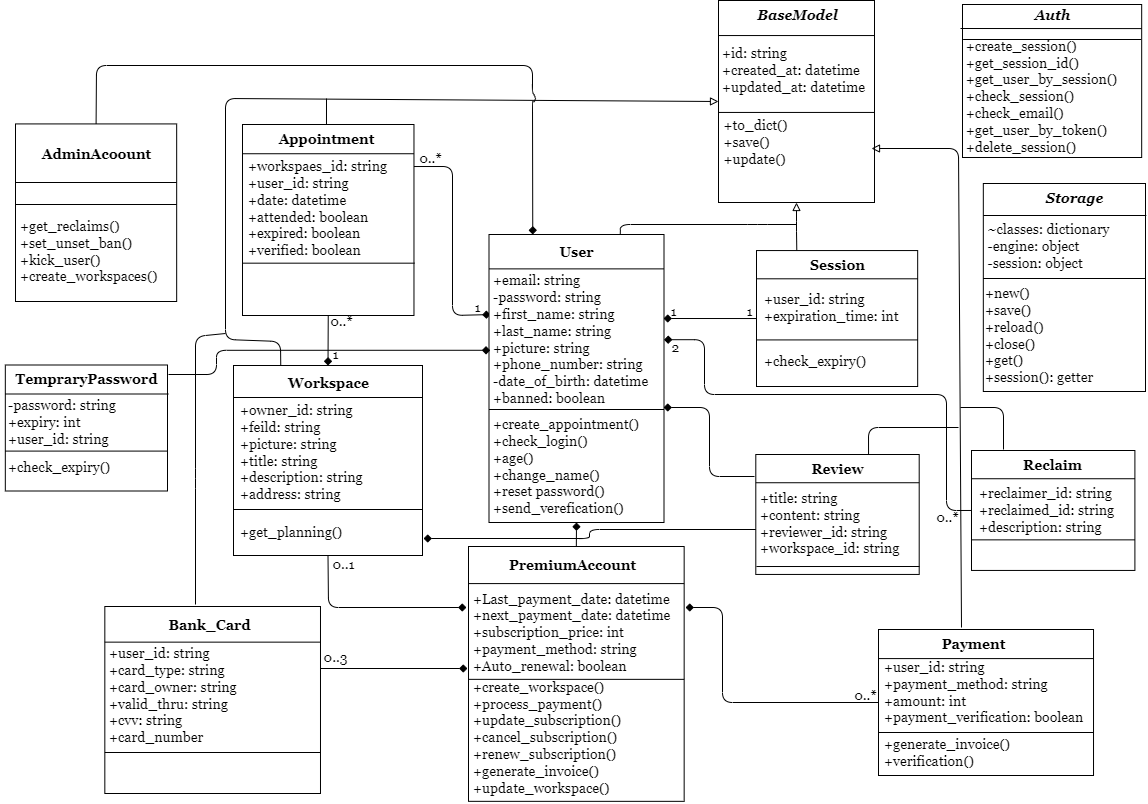
Earlier version of the draw.io export UML/Class_diagram/Png/Class_diagram_v4.png (Kolapo-code/Booker). Source tidied: cells renumbered, new cells last; positions are measured from the earlier drawing's top-left corner, leaving out a move shared by most shapes.
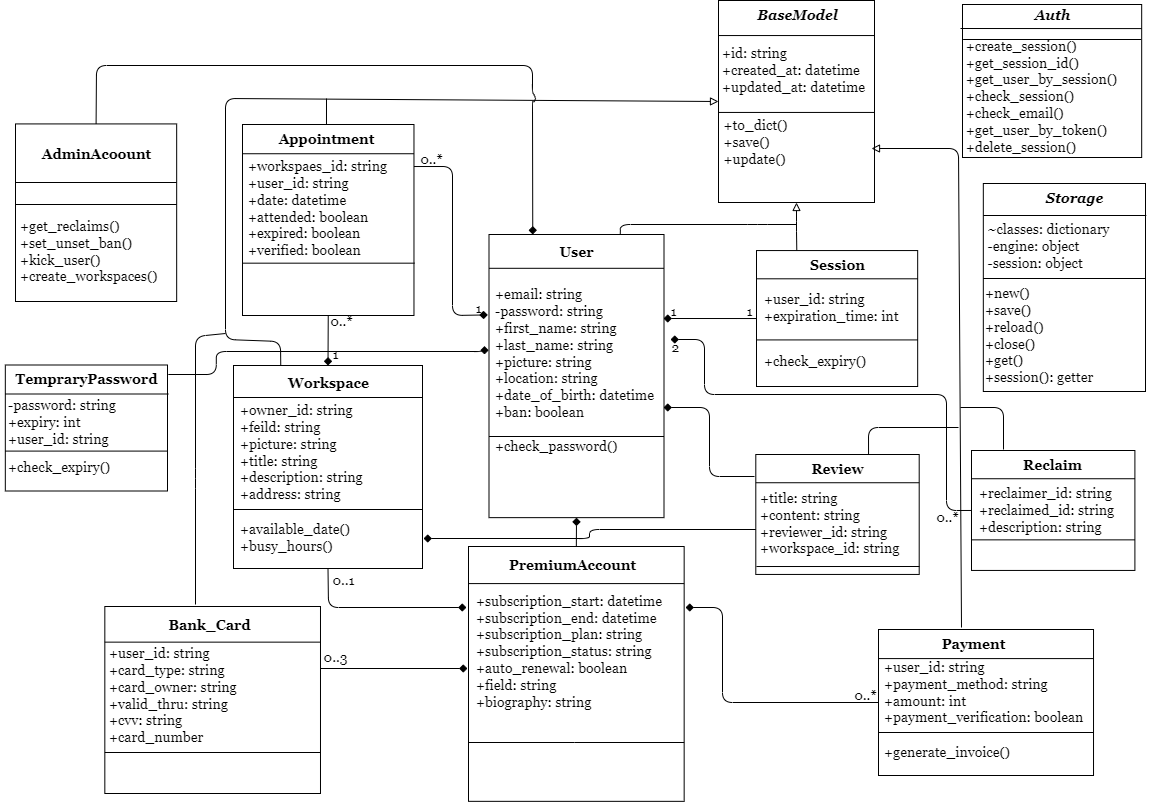
After the commit.

Commit message:
diagram has been updated with our current evolving vision

Diff of the diagram source:
```diff
@@ -51,7 +51,7 @@
         </Array>
       </mxGeometry>
     </mxCell>
-    <mxCell id="13" style="endArrow=none;html=1;strokeColor=#000000;fontFamily=Georgia;fontSize=14;fontColor=#000000;sourcePerimeterSpacing=0;targetPerimeterSpacing=0;jumpSize=0;endFill=0;startArrow=diamond;startFill=1;entryX=0.996;entryY=0.22;entryDx=0;entryDy=0;entryPerimeter=0;exitX=0.009;exitY=0.278;exitDx=0;exitDy=0;exitPerimeter=0;" parent="1" edge="1" source="29" target="17">
+    <mxCell id="13" style="endArrow=none;html=1;strokeColor=#000000;fontFamily=Georgia;fontSize=14;fontColor=#000000;sourcePerimeterSpacing=0;targetPerimeterSpacing=0;jumpSize=0;endFill=0;startArrow=diamond;startFill=1;entryX=0.996;entryY=0.22;entryDx=0;entryDy=0;entryPerimeter=0;exitX=-0.007;exitY=0.284;exitDx=0;exitDy=0;exitPerimeter=0;" parent="1" edge="1" source="29" target="17">
       <mxGeometry relative="1" as="geometry">
         <Array as="points">
           <mxPoint x="452" y="315" />
@@ -94,7 +94,7 @@
       <mxGeometry x="4.4" y="27.9" width="157" height="113" as="geometry" />
     </mxCell>
     <mxCell id="22" style="rounded=0;whiteSpace=wrap;html=1;fillColor=#ffffff;strokeColor=#000000;" parent="1" vertex="1">
-      <mxGeometry x="233" y="365" width="189" height="190" as="geometry" />
+      <mxGeometry x="233" y="365" width="189" height="203" as="geometry" />
     </mxCell>
     <mxCell id="23" style="endArrow=none;html=1;entryX=1;entryY=0.25;entryDx=0;entryDy=0;exitX=0;exitY=0.25;exitDx=0;exitDy=0;strokeColor=#000000;rounded=0;" parent="1" edge="1">
       <mxGeometry relative="1" as="geometry">
@@ -114,35 +114,35 @@
     <mxCell id="26" value="&lt;div style=&quot;font-size: 14px;&quot;&gt;+owner_id: string&lt;/div&gt;&lt;div style=&quot;font-size: 14px;&quot;&gt;+feild: string&lt;/div&gt;&lt;div style=&quot;font-size: 14px;&quot;&gt;+picture: string&lt;/div&gt;&lt;div style=&quot;font-size: 14px;&quot;&gt;+title: string&lt;/div&gt;&lt;div style=&quot;font-size: 14px;&quot;&gt;+description: string&lt;br&gt;+address: string&lt;/div&gt;" style="text;html=1;align=left;verticalAlign=middle;strokeColor=none;fillColor=none;fontColor=#000000;fontFamily=Georgia;" parent="1" vertex="1">
       <mxGeometry x="237.8" y="396" width="141" height="113" as="geometry" />
     </mxCell>
-    <mxCell id="27" value="&lt;div style=&quot;font-size: 14px;&quot;&gt;+get_planning()&lt;/div&gt;" style="text;html=1;align=left;verticalAlign=middle;strokeColor=none;fillColor=none;fontColor=#000000;fontFamily=Georgia;" parent="1" vertex="1">
-      <mxGeometry x="237.8" y="518" width="120" height="29" as="geometry" />
+    <mxCell id="27" value="&lt;div style=&quot;font-size: 14px;&quot;&gt;+available_date()&lt;br&gt;+busy_hours()&lt;/div&gt;" style="text;html=1;align=left;verticalAlign=middle;strokeColor=none;fillColor=none;fontColor=#000000;fontFamily=Georgia;" parent="1" vertex="1">
+      <mxGeometry x="237.8" y="514" width="128" height="46" as="geometry" />
     </mxCell>
     <mxCell id="28" style="group;" parent="1" vertex="1">
-      <mxGeometry x="488.5" y="234" width="177" height="297" as="geometry" />
+      <mxGeometry x="488.5" y="234" width="181.5" height="292" as="geometry" />
     </mxCell>
     <mxCell id="29" style="rounded=0;whiteSpace=wrap;html=1;fillColor=#ffffff;strokeColor=#000000;" parent="28" vertex="1">
-      <mxGeometry width="175" height="288" as="geometry" />
+      <mxGeometry width="175" height="283.1" as="geometry" />
     </mxCell>
     <mxCell id="30" style="endArrow=none;html=1;entryX=1;entryY=0.25;entryDx=0;entryDy=0;exitX=0;exitY=0.25;exitDx=0;exitDy=0;strokeColor=#000000;rounded=0;" parent="28" edge="1">
       <mxGeometry relative="1" as="geometry">
-        <mxPoint y="175" as="sourcePoint" />
-        <mxPoint x="175" y="175" as="targetPoint" />
+        <mxPoint y="202" as="sourcePoint" />
+        <mxPoint x="175" y="202" as="targetPoint" />
       </mxGeometry>
     </mxCell>
     <mxCell id="31" style="endArrow=none;html=1;entryX=1;entryY=0.25;entryDx=0;entryDy=0;exitX=0;exitY=0.25;exitDx=0;exitDy=0;strokeColor=#000000;rounded=0;" parent="28" edge="1">
       <mxGeometry relative="1" as="geometry">
-        <mxPoint y="34.4" as="sourcePoint" />
-        <mxPoint x="175" y="34.4" as="targetPoint" />
+        <mxPoint y="33.8" as="sourcePoint" />
+        <mxPoint x="175" y="33.8" as="targetPoint" />
       </mxGeometry>
     </mxCell>
     <mxCell id="32" value="&lt;font style=&quot;font-size: 14px;&quot; color=&quot;#000000&quot;&gt;User&lt;/font&gt;" style="text;html=1;align=center;verticalAlign=middle;strokeColor=none;fillColor=none;fontStyle=1;fontFamily=Georgia;" parent="28" vertex="1">
-      <mxGeometry x="61.5" y="3.2" width="52" height="29" as="geometry" />
+      <mxGeometry x="61.5" y="3.1" width="52" height="29" as="geometry" />
     </mxCell>
-    <mxCell id="33" value="&lt;div style=&quot;font-size: 14px;&quot;&gt;+create_appointment()&lt;/div&gt;&lt;div style=&quot;font-size: 14px;&quot;&gt;+check_login()&lt;/div&gt;&lt;div style=&quot;font-size: 14px;&quot;&gt;+age()&lt;/div&gt;&lt;div style=&quot;font-size: 14px;&quot;&gt;+change_name()&lt;/div&gt;&lt;div style=&quot;font-size: 14px;&quot;&gt;+reset password()&lt;/div&gt;&lt;div style=&quot;font-size: 14px;&quot;&gt;+send_verefication()&lt;/div&gt;" style="text;html=1;align=left;verticalAlign=middle;strokeColor=none;fillColor=none;fontColor=#000000;fontFamily=Georgia;" parent="28" vertex="1">
-      <mxGeometry x="2" y="175" width="171" height="113" as="geometry" />
+    <mxCell id="33" value="&lt;div style=&quot;font-size: 14px;&quot;&gt;&lt;span style=&quot;background-color: initial;&quot;&gt;+check_password()&lt;/span&gt;&lt;br&gt;&lt;/div&gt;&lt;div style=&quot;font-size: 14px;&quot;&gt;&lt;br&gt;&lt;/div&gt;" style="text;html=1;align=left;verticalAlign=middle;strokeColor=none;fillColor=none;fontColor=#000000;fontFamily=Georgia;" parent="28" vertex="1">
+      <mxGeometry x="4.5" y="197" width="140" height="46" as="geometry" />
     </mxCell>
-    <mxCell id="34" value="&lt;div style=&quot;font-size: 14px;&quot;&gt;+email: string&lt;/div&gt;&lt;div style=&quot;font-size: 14px;&quot;&gt;-password: string&lt;/div&gt;&lt;div style=&quot;font-size: 14px;&quot;&gt;+first_name: string&lt;/div&gt;&lt;div style=&quot;font-size: 14px;&quot;&gt;&lt;span style=&quot;background-color: initial;&quot;&gt;+last_name: string&lt;/span&gt;&lt;br&gt;&lt;/div&gt;&lt;div style=&quot;font-size: 14px;&quot;&gt;+picture: string&lt;span style=&quot;background-color: initial;&quot;&gt;&lt;br&gt;&lt;/span&gt;&lt;/div&gt;&lt;div style=&quot;font-size: 14px;&quot;&gt;+phone_number: string&lt;/div&gt;&lt;div style=&quot;font-size: 14px;&quot;&gt;-date_of_birth: datetime&lt;/div&gt;&lt;div style=&quot;font-size: 14px;&quot;&gt;+banned: boolean&lt;/div&gt;" style="text;html=1;align=left;verticalAlign=middle;points=[];strokeColor=none;fillColor=none;fontColor=#000000;fontFamily=Georgia;" parent="28" vertex="1">
-      <mxGeometry x="2" y="32.2" width="173" height="146" as="geometry" />
+    <mxCell id="34" value="&lt;div style=&quot;font-size: 14px;&quot;&gt;+email: string&lt;/div&gt;&lt;div style=&quot;font-size: 14px;&quot;&gt;-password: string&lt;/div&gt;&lt;div style=&quot;font-size: 14px;&quot;&gt;+first_name: string&lt;/div&gt;&lt;div style=&quot;font-size: 14px;&quot;&gt;&lt;span style=&quot;background-color: initial;&quot;&gt;+last_name: string&lt;/span&gt;&lt;br&gt;&lt;/div&gt;&lt;div style=&quot;font-size: 14px;&quot;&gt;+picture: string&lt;span style=&quot;background-color: initial;&quot;&gt;&lt;br&gt;&lt;/span&gt;&lt;/div&gt;&lt;div style=&quot;font-size: 14px;&quot;&gt;+location: string&lt;/div&gt;&lt;div style=&quot;font-size: 14px;&quot;&gt;+date_of_birth: datetime&lt;/div&gt;&lt;div style=&quot;font-size: 14px;&quot;&gt;+ban: boolean&lt;/div&gt;" style="text;html=1;align=left;verticalAlign=middle;points=[];strokeColor=none;fillColor=none;fontColor=#000000;fontFamily=Georgia;" parent="28" vertex="1">
+      <mxGeometry x="4.5" y="46" width="177" height="146" as="geometry" />
     </mxCell>
     <mxCell id="35" style="group;" parent="1" vertex="1">
       <mxGeometry x="320" y="306.5" width="41" height="29" as="geometry" />
@@ -156,33 +156,6 @@
     <mxCell id="38" style="endArrow=diamond;html=1;strokeColor=#000000;fontFamily=Georgia;fontSize=14;fontColor=#000000;sourcePerimeterSpacing=0;targetPerimeterSpacing=0;jumpSize=0;exitX=0.5;exitY=0;exitDx=0;exitDy=0;entryX=0.5;entryY=1;entryDx=0;entryDy=0;startArrow=none;startFill=0;endFill=1;" parent="1" edge="1" source="40" target="29">
       <mxGeometry relative="1" as="geometry" />
     </mxCell>
-    <mxCell id="39" style="group;" parent="1" vertex="1">
-      <mxGeometry x="468" y="546" width="218" height="257" as="geometry" />
-    </mxCell>
-    <mxCell id="40" style="rounded=0;whiteSpace=wrap;html=1;fillColor=#ffffff;strokeColor=#000000;" parent="39" vertex="1">
-      <mxGeometry width="215.7" height="254.8" as="geometry" />
-    </mxCell>
-    <mxCell id="41" style="endArrow=none;html=1;entryX=1;entryY=0.25;entryDx=0;entryDy=0;exitX=0;exitY=0.25;exitDx=0;exitDy=0;strokeColor=#000000;rounded=0;" parent="39" edge="1">
-      <mxGeometry relative="1" as="geometry">
-        <mxPoint y="132.8" as="sourcePoint" />
-        <mxPoint x="215.7" y="132.8" as="targetPoint" />
-      </mxGeometry>
-    </mxCell>
-    <mxCell id="42" style="endArrow=none;html=1;entryX=1;entryY=0.25;entryDx=0;entryDy=0;exitX=0;exitY=0.25;exitDx=0;exitDy=0;strokeColor=#000000;rounded=0;" parent="39" edge="1">
-      <mxGeometry relative="1" as="geometry">
-        <mxPoint y="37.1" as="sourcePoint" />
-        <mxPoint x="215.7" y="37.1" as="targetPoint" />
-      </mxGeometry>
-    </mxCell>
-    <mxCell id="43" value="&lt;font color=&quot;#000000&quot;&gt;&lt;span style=&quot;font-size: 14px;&quot;&gt;PremiumAccount&lt;/span&gt;&lt;/font&gt;" style="text;html=1;align=center;verticalAlign=middle;strokeColor=none;fillColor=none;fontStyle=1;fontFamily=Georgia;" parent="39" vertex="1">
-      <mxGeometry x="32" y="4.2" width="145" height="29" as="geometry" />
-    </mxCell>
-    <mxCell id="44" value="&lt;div style=&quot;font-size: 14px;&quot;&gt;+Last_payment_date: datetime&lt;/div&gt;&lt;div style=&quot;font-size: 14px;&quot;&gt;+next_payment_date: datetime&lt;/div&gt;&lt;div style=&quot;font-size: 14px;&quot;&gt;+subscription_price: int&lt;/div&gt;&lt;div style=&quot;font-size: 14px;&quot;&gt;+payment_method: string&lt;/div&gt;&lt;div style=&quot;font-size: 14px;&quot;&gt;+Auto_renewal: boolean&lt;/div&gt;" style="text;html=1;align=left;verticalAlign=middle;strokeColor=none;fillColor=none;fontColor=#000000;fontFamily=Georgia;" parent="39" vertex="1">
-      <mxGeometry x="3" y="37.8" width="215" height="96" as="geometry" />
-    </mxCell>
-    <mxCell id="45" value="&lt;div style=&quot;font-size: 14px;&quot;&gt;+create_workspace()&lt;/div&gt;&lt;div style=&quot;font-size: 14px;&quot;&gt;+process_payment()&lt;/div&gt;&lt;div style=&quot;font-size: 14px;&quot;&gt;+update_subscription()&lt;br&gt;+cancel_subscription()&lt;/div&gt;&lt;div style=&quot;font-size: 14px;&quot;&gt;+renew_subscription()&lt;br&gt;+generate_invoice()&lt;/div&gt;&lt;span style=&quot;font-size: 14px;&quot;&gt;+update_workspace()&lt;/span&gt;" style="text;html=1;align=left;verticalAlign=middle;strokeColor=none;fillColor=none;fontColor=#000000;fontFamily=Georgia;" parent="39" vertex="1">
-      <mxGeometry x="3" y="125.8" width="166" height="130" as="geometry" />
-    </mxCell>
     <mxCell id="46" style="endArrow=none;html=1;strokeColor=#000000;fontFamily=Georgia;fontSize=14;fontColor=#000000;sourcePerimeterSpacing=0;targetPerimeterSpacing=0;jumpSize=0;endFill=0;startArrow=diamond;startFill=1;entryX=0;entryY=0.5;entryDx=0;entryDy=0;" parent="1" edge="1" target="49">
       <mxGeometry relative="1" as="geometry">
         <mxPoint x="685" y="607" as="sourcePoint" />
@@ -219,8 +192,8 @@
     <mxCell id="53" value="&lt;div style=&quot;font-size: 14px;&quot;&gt;+user_id: string&lt;/div&gt;&lt;div style=&quot;font-size: 14px;&quot;&gt;+payment_method: string&lt;/div&gt;&lt;div style=&quot;font-size: 14px;&quot;&gt;+amount: int&lt;/div&gt;&lt;div style=&quot;font-size: 14px;&quot;&gt;+payment_verification: boolean&lt;/div&gt;" style="text;html=1;align=left;verticalAlign=middle;strokeColor=none;fillColor=none;fontColor=#000000;fontFamily=Georgia;" parent="48" vertex="1">
       <mxGeometry x="4.1" y="24" width="217" height="79" as="geometry" />
     </mxCell>
-    <mxCell id="54" value="&lt;div style=&quot;font-size: 14px;&quot;&gt;+generate_invoice()&lt;/div&gt;&lt;div style=&quot;font-size: 14px;&quot;&gt;+verification()&lt;/div&gt;" style="text;html=1;align=left;verticalAlign=middle;strokeColor=none;fillColor=none;fontColor=#000000;fontFamily=Georgia;" parent="48" vertex="1">
-      <mxGeometry x="4.1" y="100" width="144" height="46" as="geometry" />
+    <mxCell id="54" value="&lt;div style=&quot;font-size: 14px;&quot;&gt;+generate_invoice()&lt;/div&gt;" style="text;html=1;align=left;verticalAlign=middle;strokeColor=none;fillColor=none;fontColor=#000000;fontFamily=Georgia;" parent="48" vertex="1">
+      <mxGeometry x="4.1" y="109" width="144" height="29" as="geometry" />
     </mxCell>
     <mxCell id="55" value="0..*" style="text;html=1;align=center;verticalAlign=middle;strokeColor=none;fillColor=none;fontSize=14;fontFamily=Georgia;fontColor=#000000;" parent="47" vertex="1">
       <mxGeometry y="51" width="41" height="29" as="geometry" />
@@ -234,7 +207,7 @@
       </mxGeometry>
     </mxCell>
     <mxCell id="57" value="0..1" style="text;html=1;align=center;verticalAlign=middle;strokeColor=none;fillColor=none;fontSize=14;fontFamily=Georgia;fontColor=#000000;" parent="1" vertex="1">
-      <mxGeometry x="323" y="549" width="40" height="29" as="geometry" />
+      <mxGeometry x="323" y="565" width="40" height="29" as="geometry" />
     </mxCell>
     <mxCell id="58" style="rounded=0;whiteSpace=wrap;html=1;fillColor=#ffffff;strokeColor=#000000;" parent="1" vertex="1">
       <mxGeometry x="15" y="123.4" width="161.2" height="177.6" as="geometry" />
@@ -525,12 +498,13 @@
     <mxCell id="120" value="&lt;div style=&quot;font-size: 14px;&quot;&gt;+check_expiry()&lt;/div&gt;" style="text;html=1;align=left;verticalAlign=middle;strokeColor=none;fillColor=none;fontColor=#000000;fontFamily=Georgia;" parent="114" vertex="1">
       <mxGeometry x="5.9" y="88.3" width="120" height="29" as="geometry" />
     </mxCell>
-    <mxCell id="121" style="endArrow=diamond;html=1;strokeColor=#000000;endFill=1;edgeStyle=orthogonalEdgeStyle;entryX=0.007;entryY=0.402;entryDx=0;entryDy=0;entryPerimeter=0;" parent="1" edge="1" target="29">
+    <mxCell id="121" style="endArrow=diamond;html=1;strokeColor=#000000;endFill=1;edgeStyle=orthogonalEdgeStyle;" parent="1" edge="1">
       <mxGeometry relative="1" as="geometry">
-        <mxPoint x="168" y="374" as="sourcePoint" />
+        <mxPoint x="167.8" y="374" as="sourcePoint" />
+        <mxPoint x="484" y="354" as="targetPoint" />
         <Array as="points">
-          <mxPoint x="216" y="374" />
-          <mxPoint x="216" y="350" />
+          <mxPoint x="215.8" y="374" />
+          <mxPoint x="215.8" y="351" />
         </Array>
       </mxGeometry>
     </mxCell>
@@ -551,5 +525,29 @@
         </Array>
       </mxGeometry>
     </mxCell>
+    <mxCell id="40" style="rounded=0;whiteSpace=wrap;html=1;fillColor=#ffffff;strokeColor=#000000;" parent="1" vertex="1">
+      <mxGeometry x="468" y="546" width="215.7" height="254.8" as="geometry" />
+    </mxCell>
+    <mxCell id="41" style="endArrow=none;html=1;entryX=1;entryY=0.25;entryDx=0;entryDy=0;exitX=0;exitY=0.25;exitDx=0;exitDy=0;strokeColor=#000000;rounded=0;" parent="1" edge="1">
+      <mxGeometry relative="1" as="geometry">
+        <mxPoint x="468" y="742" as="sourcePoint" />
+        <mxPoint x="683.7" y="742" as="targetPoint" />
+        <Array as="points">
+          <mxPoint x="574" y="742" />
+        </Array>
+      </mxGeometry>
+    </mxCell>
+    <mxCell id="42" style="endArrow=none;html=1;entryX=1;entryY=0.25;entryDx=0;entryDy=0;exitX=0;exitY=0.25;exitDx=0;exitDy=0;strokeColor=#000000;rounded=0;" parent="1" edge="1">
+      <mxGeometry relative="1" as="geometry">
+        <mxPoint x="468" y="583.1" as="sourcePoint" />
+        <mxPoint x="683.7" y="583.1" as="targetPoint" />
+      </mxGeometry>
+    </mxCell>
+    <mxCell id="43" value="&lt;font color=&quot;#000000&quot;&gt;&lt;span style=&quot;font-size: 14px;&quot;&gt;PremiumAccount&lt;/span&gt;&lt;/font&gt;" style="text;html=1;align=center;verticalAlign=middle;strokeColor=none;fillColor=none;fontStyle=1;fontFamily=Georgia;" parent="1" vertex="1">
+      <mxGeometry x="500" y="550.2" width="145" height="29" as="geometry" />
+    </mxCell>
+    <mxCell id="44" value="&lt;div style=&quot;font-size: 14px;&quot;&gt;&lt;br&gt;&lt;/div&gt;&lt;span style=&quot;font-size: 14px;&quot;&gt;+subscription_start&lt;/span&gt;&lt;span style=&quot;font-size: 14px; background-color: initial;&quot;&gt;: datetime&lt;/span&gt;&lt;span style=&quot;font-size: 14px;&quot;&gt;&lt;br&gt;&lt;/span&gt;&lt;div style=&quot;font-size: 14px;&quot;&gt;+subscription_end: datetime&lt;/div&gt;&lt;div style=&quot;font-size: 14px;&quot;&gt;+subscription_plan: string&lt;/div&gt;&lt;div style=&quot;font-size: 14px;&quot;&gt;+subscription_status: string&lt;/div&gt;&lt;div style=&quot;font-size: 14px;&quot;&gt;+auto_renewal: boolean&lt;/div&gt;&lt;div style=&quot;font-size: 14px;&quot;&gt;+field: string&lt;br&gt;+biography: string&lt;/div&gt;&lt;div style=&quot;font-size: 14px;&quot;&gt;&lt;br&gt;&lt;/div&gt;" style="text;html=1;align=left;verticalAlign=middle;strokeColor=none;fillColor=none;fontColor=#000000;fontFamily=Georgia;" parent="1" vertex="1">
+      <mxGeometry x="473.8" y="569.9" width="204" height="163" as="geometry" />
+    </mxCell>
   </root>
 </mxGraphModel>
```
